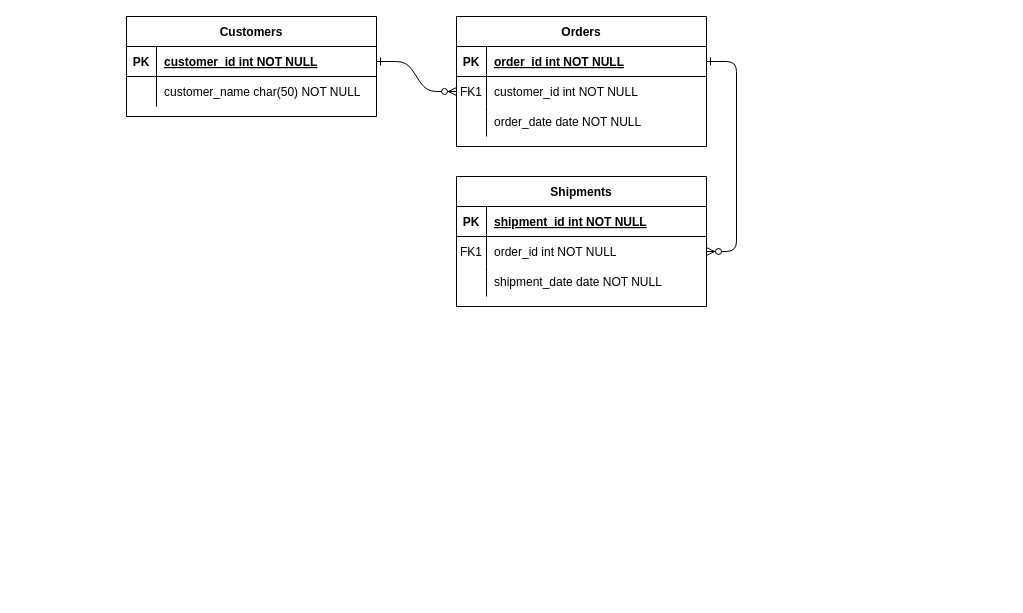
Above: Entity Framework Radio.drawio in Bongiboy777/EF-Radio-Project (draw.io), before the change. Source tidied: cells renumbered, new cells numbered last; positions are measured from the earlier drawing's top-left corner, leaving out a move shared by most shapes. Both pictures are drawn from the tidied source at 100%, with x=0, y=0 at pixel (126, 16).
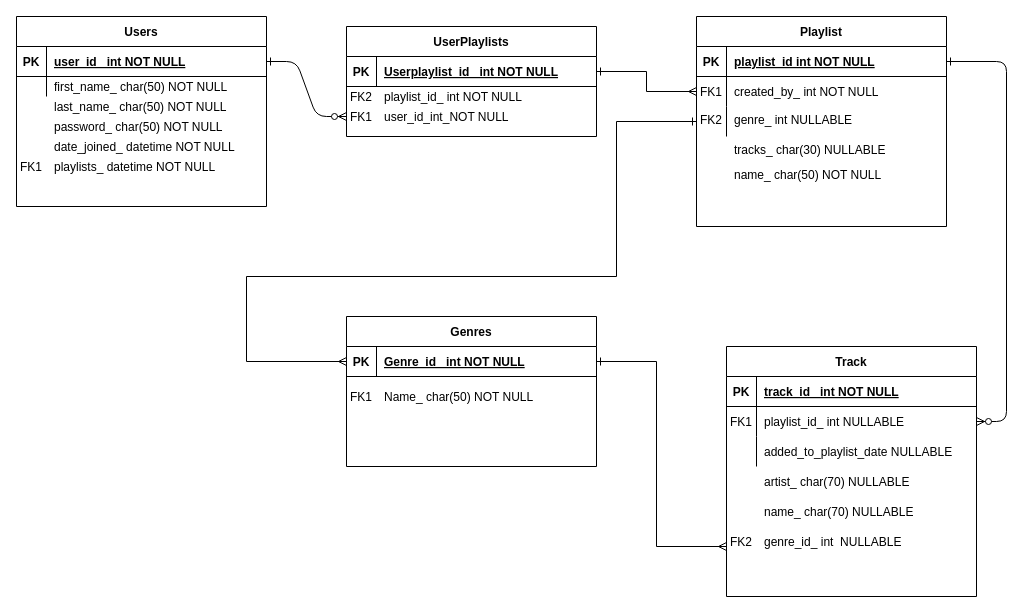
The same diagram, later.

The change refers to these unchanged cells:
```xml
<mxCell id="5" style="shape=partialRectangle;fillColor=none;points=[[0,0.5],[1,0.5]];portConstraint=eastwest;top=0;left=0;right=0;bottom=1;" parent="4" vertex="1">
  <mxGeometry y="30" width="250" height="30" as="geometry" />
</mxCell>
<mxCell id="8" style="shape=partialRectangle;fillColor=none;points=[[0,0.5],[1,0.5]];portConstraint=eastwest;top=0;left=0;right=0;bottom=0;" parent="4" vertex="1">
  <mxGeometry y="60" width="250" height="30" as="geometry" />
</mxCell>
<mxCell id="11" style="shape=partialRectangle;fillColor=none;top=0;left=0;right=0;bottom=0;" parent="4" vertex="1">
  <mxGeometry y="90" width="250" height="30" as="geometry" />
</mxCell>
<mxCell id="15" style="shape=partialRectangle;fillColor=none;top=0;left=0;right=0;bottom=1;" parent="14" vertex="1">
  <mxGeometry y="30" width="250" height="30" as="geometry" />
</mxCell>
<mxCell id="18" style="shape=partialRectangle;fillColor=none;points=[[0,0.5],[1,0.5]];portConstraint=eastwest;top=0;left=0;right=0;bottom=0;" parent="14" vertex="1">
  <mxGeometry y="60" width="250" height="30" as="geometry" />
</mxCell>
<mxCell id="21" style="shape=partialRectangle;fillColor=none;top=0;left=0;right=0;bottom=0;" parent="14" vertex="1">
  <mxGeometry y="90" width="250" height="30" as="geometry" />
</mxCell>
<mxCell id="25" style="shape=partialRectangle;fillColor=none;points=[[0,0.5],[1,0.5]];portConstraint=eastwest;top=0;left=0;right=0;bottom=1;" parent="24" vertex="1">
  <mxGeometry y="30" width="250" height="30" as="geometry" />
</mxCell>
```

Diff of the diagram source:
```diff
@@
-    <mxCell id="2" style="edgeStyle=entityRelationEdgeStyle;endArrow=ERzeroToMany;startArrow=ERone;endFill=1;startFill=0;" parent="1" edge="1" source="25" target="8">
+    <mxCell id="2" style="edgeStyle=entityRelationEdgeStyle;endArrow=ERzeroToMany;startArrow=ERone;endFill=1;startFill=0;entryX=0;entryY=0.5;entryDx=0;entryDy=0;" parent="1" edge="1" source="25" target="56">
       <mxGeometry relative="1" as="geometry" />
     </mxCell>
@@
+    <mxCell id="31" style="edgeStyle=orthogonalEdgeStyle;rounded=0;jettySize=auto;html=1;startArrow=ERone;startFill=0;endArrow=ERmany;endFill=0;entryX=0;entryY=0.5;entryDx=0;entryDy=0;" parent="1" edge="1" source="4" target="62">
+      <mxGeometry relative="1" as="geometry">
+        <Array as="points">
+          <mxPoint x="490" y="105" />
+          <mxPoint x="490" y="260" />
+          <mxPoint x="120" y="260" />
+          <mxPoint x="120" y="345" />
+        </Array>
+      </mxGeometry>
+    </mxCell>
-    <mxCell id="4" value="Orders" style="shape=table;startSize=30;childLayout=tableLayout;rowLines=0;fontStyle=1;align=center;" parent="1" vertex="1">
-      <mxGeometry x="330" width="250" height="130" as="geometry" />
+    <mxCell id="4" value="Playlist" style="shape=table;startSize=30;childLayout=tableLayout;rowLines=0;fontStyle=1;align=center;" parent="1" vertex="1">
+      <mxGeometry x="570" width="250" height="210" as="geometry" />
     </mxCell>
@@
-    <mxCell id="7" value="order_id int NOT NULL " style="shape=partialRectangle;overflow=hidden;fillColor=none;top=0;left=0;bottom=0;right=0;align=left;spacingLeft=6;fontStyle=5;" parent="5" vertex="1">
+    <mxCell id="7" value="playlist_id int NOT NULL " style="shape=partialRectangle;overflow=hidden;fillColor=none;top=0;left=0;bottom=0;right=0;align=left;spacingLeft=6;fontStyle=5;" parent="5" vertex="1">
       <mxGeometry x="30" width="220" height="30" as="geometry" />
     </mxCell>
@@
-    <mxCell id="10" value="customer_id int NOT NULL" style="shape=partialRectangle;overflow=hidden;fillColor=none;top=0;left=0;bottom=0;right=0;align=left;spacingLeft=6;" parent="8" vertex="1">
+    <mxCell id="10" value="created_by_ int NOT NULL" style="shape=partialRectangle;overflow=hidden;fillColor=none;top=0;left=0;bottom=0;right=0;align=left;spacingLeft=6;" parent="8" vertex="1">
       <mxGeometry x="30" width="220" height="30" as="geometry" />
     </mxCell>
@@
-    <mxCell id="13" value="order_date date NOT NULL" style="shape=partialRectangle;overflow=hidden;fillColor=none;top=0;left=0;bottom=0;right=0;align=left;spacingLeft=6;" parent="11" vertex="1">
+    <mxCell id="13" style="shape=partialRectangle;overflow=hidden;fillColor=none;top=0;left=0;bottom=0;right=0;align=left;spacingLeft=6;" parent="11" vertex="1">
       <mxGeometry x="30" width="220" height="30" as="geometry" />
     </mxCell>
-    <mxCell id="14" value="Shipments" style="shape=table;startSize=30;childLayout=tableLayout;rowLines=0;fontStyle=1;align=center;" parent="1" vertex="1">
-      <mxGeometry x="330" y="160" width="250" height="130" as="geometry" />
+    <mxCell id="14" value="Track" style="shape=table;startSize=30;childLayout=tableLayout;rowLines=0;fontStyle=1;align=center;" parent="1" vertex="1">
+      <mxGeometry x="600" y="330" width="250" height="250" as="geometry" />
     </mxCell>
@@
-    <mxCell id="17" value="shipment_id int NOT NULL " style="shape=partialRectangle;overflow=hidden;fillColor=none;top=0;left=0;bottom=0;right=0;align=left;spacingLeft=6;fontStyle=5;" parent="15" vertex="1">
+    <mxCell id="17" value="track_id_ int NOT NULL " style="shape=partialRectangle;overflow=hidden;fillColor=none;top=0;left=0;bottom=0;right=0;align=left;spacingLeft=6;fontStyle=5;" parent="15" vertex="1">
       <mxGeometry x="30" width="220" height="30" as="geometry" />
     </mxCell>
@@
-    <mxCell id="20" value="order_id int NOT NULL" style="shape=partialRectangle;overflow=hidden;fillColor=none;top=0;left=0;bottom=0;right=0;align=left;spacingLeft=6;" parent="18" vertex="1">
+    <mxCell id="20" value="playlist_id_ int NULLABLE" style="shape=partialRectangle;overflow=hidden;fillColor=none;top=0;left=0;bottom=0;right=0;align=left;spacingLeft=6;" parent="18" vertex="1">
       <mxGeometry x="30" width="220" height="30" as="geometry" />
     </mxCell>
@@
-    <mxCell id="23" value="shipment_date date NOT NULL" style="shape=partialRectangle;overflow=hidden;fillColor=none;top=0;left=0;bottom=0;right=0;align=left;spacingLeft=6;" parent="21" vertex="1">
+    <mxCell id="23" value="added_to_playlist_date NULLABLE" style="shape=partialRectangle;overflow=hidden;fillColor=none;top=0;left=0;bottom=0;right=0;align=left;spacingLeft=6;" parent="21" vertex="1">
       <mxGeometry x="30" width="220" height="30" as="geometry" />
     </mxCell>
-    <mxCell id="24" value="Customers" style="shape=table;startSize=30;childLayout=tableLayout;rowLines=0;fontStyle=1;align=center;" parent="1" vertex="1">
-      <mxGeometry width="250" height="100" as="geometry" />
+    <mxCell id="24" value="Users" style="shape=table;startSize=30;childLayout=tableLayout;rowLines=0;fontStyle=1;align=center;" parent="1" vertex="1">
+      <mxGeometry x="-110" width="250" height="190" as="geometry" />
     </mxCell>
@@
-    <mxCell id="27" value="customer_id int NOT NULL " style="shape=partialRectangle;overflow=hidden;fillColor=none;top=0;left=0;bottom=0;right=0;align=left;spacingLeft=6;fontStyle=5;" parent="25" vertex="1">
+    <mxCell id="27" value="user_id_ int NOT NULL " style="shape=partialRectangle;overflow=hidden;fillColor=none;top=0;left=0;bottom=0;right=0;align=left;spacingLeft=6;fontStyle=5;" parent="25" vertex="1">
       <mxGeometry x="30" width="220" height="30" as="geometry" />
     </mxCell>
     <mxCell id="28" style="shape=partialRectangle;fillColor=none;top=0;left=0;right=0;bottom=0;" parent="24" vertex="1">
-      <mxGeometry y="60" width="250" height="30" as="geometry" />
+      <mxGeometry y="60" width="250" height="20" as="geometry" />
     </mxCell>
     <mxCell id="29" style="shape=partialRectangle;overflow=hidden;fillColor=none;top=0;left=0;bottom=0;right=0;" parent="28" vertex="1">
-      <mxGeometry width="30" height="30" as="geometry" />
+      <mxGeometry width="30" height="20" as="geometry" />
     </mxCell>
-    <mxCell id="30" value="customer_name char(50) NOT NULL" style="shape=partialRectangle;overflow=hidden;fillColor=none;top=0;left=0;bottom=0;right=0;align=left;spacingLeft=6;" parent="28" vertex="1">
-      <mxGeometry x="30" width="220" height="30" as="geometry" />
+    <mxCell id="30" value="first_name_ char(50) NOT NULL" style="shape=partialRectangle;overflow=hidden;fillColor=none;top=0;left=0;bottom=0;right=0;align=left;spacingLeft=6;" parent="28" vertex="1">
+      <mxGeometry x="30" width="220" height="20" as="geometry" />
     </mxCell>
+    <mxCell id="32" style="shape=partialRectangle;fillColor=none;top=0;left=0;right=0;bottom=0;" parent="1" vertex="1">
+      <mxGeometry x="-110" y="80" width="250" height="20" as="geometry" />
+    </mxCell>
+    <mxCell id="33" style="shape=partialRectangle;overflow=hidden;fillColor=none;top=0;left=0;bottom=0;right=0;" parent="32" vertex="1">
+      <mxGeometry width="30" height="20" as="geometry" />
+    </mxCell>
+    <mxCell id="34" value="last_name_ char(50) NOT NULL" style="shape=partialRectangle;overflow=hidden;fillColor=none;top=0;left=0;bottom=0;right=0;align=left;spacingLeft=6;" parent="32" vertex="1">
+      <mxGeometry x="30" width="220" height="20" as="geometry" />
+    </mxCell>
+    <mxCell id="35" style="shape=partialRectangle;fillColor=none;top=0;left=0;right=0;bottom=0;" parent="1" vertex="1">
+      <mxGeometry x="-110" y="100" width="250" height="20" as="geometry" />
+    </mxCell>
+    <mxCell id="36" style="shape=partialRectangle;overflow=hidden;fillColor=none;top=0;left=0;bottom=0;right=0;" parent="35" vertex="1">
+      <mxGeometry width="30" height="20" as="geometry" />
+    </mxCell>
+    <mxCell id="37" value="password_ char(50) NOT NULL" style="shape=partialRectangle;overflow=hidden;fillColor=none;top=0;left=0;bottom=0;right=0;align=left;spacingLeft=6;" parent="35" vertex="1">
+      <mxGeometry x="30" width="220" height="20" as="geometry" />
+    </mxCell>
+    <mxCell id="38" style="shape=partialRectangle;fillColor=none;top=0;left=0;right=0;bottom=0;" parent="1" vertex="1">
+      <mxGeometry x="-110" y="120" width="250" height="20" as="geometry" />
+    </mxCell>
+    <mxCell id="39" style="shape=partialRectangle;overflow=hidden;fillColor=none;top=0;left=0;bottom=0;right=0;" parent="38" vertex="1">
+      <mxGeometry width="30" height="20" as="geometry" />
+    </mxCell>
+    <mxCell id="40" value="date_joined_ datetime NOT NULL" style="shape=partialRectangle;overflow=hidden;fillColor=none;top=0;left=0;bottom=0;right=0;align=left;spacingLeft=6;" parent="38" vertex="1">
+      <mxGeometry x="30" width="220" height="20" as="geometry" />
+    </mxCell>
+    <mxCell id="41" style="shape=partialRectangle;fillColor=none;top=0;left=0;right=0;bottom=0;" parent="1" vertex="1">
+      <mxGeometry x="-110" y="140" width="250" height="20" as="geometry" />
+    </mxCell>
+    <mxCell id="42" value="FK1" style="shape=partialRectangle;overflow=hidden;fillColor=none;top=0;left=0;bottom=0;right=0;" parent="41" vertex="1">
+      <mxGeometry width="30" height="20" as="geometry" />
+    </mxCell>
+    <mxCell id="43" value="playlists_ datetime NOT NULL" style="shape=partialRectangle;overflow=hidden;fillColor=none;top=0;left=0;bottom=0;right=0;align=left;spacingLeft=6;" parent="41" vertex="1">
+      <mxGeometry x="30" width="220" height="20" as="geometry" />
+    </mxCell>
+    <mxCell id="44" value="genre_ int NULLABLE" style="shape=partialRectangle;overflow=hidden;fillColor=none;top=0;left=0;bottom=0;right=0;align=left;spacingLeft=6;" parent="1" vertex="1">
+      <mxGeometry x="600" y="87.5" width="220" height="30" as="geometry" />
+    </mxCell>
+    <mxCell id="45" value="tracks_ char(30) NULLABLE" style="shape=partialRectangle;overflow=hidden;fillColor=none;top=0;left=0;bottom=0;right=0;align=left;spacingLeft=6;" parent="1" vertex="1">
+      <mxGeometry x="600" y="117.5" width="220" height="30" as="geometry" />
+    </mxCell>
+    <mxCell id="46" value="artist_ char(70) NULLABLE" style="shape=partialRectangle;overflow=hidden;fillColor=none;top=0;left=0;bottom=0;right=0;align=left;spacingLeft=6;" parent="1" vertex="1">
+      <mxGeometry x="630" y="450" width="220" height="30" as="geometry" />
+    </mxCell>
+    <mxCell id="47" value="name_ char(70) NULLABLE" style="shape=partialRectangle;overflow=hidden;fillColor=none;top=0;left=0;bottom=0;right=0;align=left;spacingLeft=6;" parent="1" vertex="1">
+      <mxGeometry x="630" y="480" width="220" height="30" as="geometry" />
+    </mxCell>
+    <mxCell id="48" value="genre_id_ int  NULLABLE" style="shape=partialRectangle;overflow=hidden;fillColor=none;top=0;left=0;bottom=0;right=0;align=left;spacingLeft=6;" parent="1" vertex="1">
+      <mxGeometry x="630" y="510" width="220" height="30" as="geometry" />
+    </mxCell>
+    <mxCell id="49" value="UserPlaylists" style="shape=table;startSize=30;childLayout=tableLayout;rowLines=0;fontStyle=1;align=center;" parent="1" vertex="1">
+      <mxGeometry x="220" y="10" width="250" height="110" as="geometry" />
+    </mxCell>
+    <mxCell id="50" style="shape=partialRectangle;fillColor=none;points=[[0,0.5],[1,0.5]];portConstraint=eastwest;top=0;left=0;right=0;bottom=1;" parent="49" vertex="1">
+      <mxGeometry y="30" width="250" height="30" as="geometry" />
+    </mxCell>
+    <mxCell id="51" value="PK" style="shape=partialRectangle;overflow=hidden;fillColor=none;top=0;left=0;bottom=0;right=0;fontStyle=1;" parent="50" vertex="1">
+      <mxGeometry width="30" height="30" as="geometry" />
+    </mxCell>
+    <mxCell id="52" value="Userplaylist_id_ int NOT NULL " style="shape=partialRectangle;overflow=hidden;fillColor=none;top=0;left=0;bottom=0;right=0;align=left;spacingLeft=6;fontStyle=5;" parent="50" vertex="1">
+      <mxGeometry x="30" width="220" height="30" as="geometry" />
+    </mxCell>
+    <mxCell id="53" style="shape=partialRectangle;fillColor=none;top=0;left=0;right=0;bottom=0;" parent="1" vertex="1">
+      <mxGeometry x="220" y="70" width="250" height="20" as="geometry" />
+    </mxCell>
+    <mxCell id="54" style="shape=partialRectangle;overflow=hidden;fillColor=none;top=0;left=0;bottom=0;right=0;" parent="53" vertex="1">
+      <mxGeometry width="30" height="20" as="geometry" />
+    </mxCell>
+    <mxCell id="55" value="playlist_id_ int NOT NULL" style="shape=partialRectangle;overflow=hidden;fillColor=none;top=0;left=0;bottom=0;right=0;align=left;spacingLeft=6;" parent="53" vertex="1">
+      <mxGeometry x="30" width="220" height="20" as="geometry" />
+    </mxCell>
+    <mxCell id="56" style="shape=partialRectangle;fillColor=none;points=[[0,0.5],[1,0.5]];portConstraint=eastwest;top=0;left=0;right=0;bottom=0;" parent="1" vertex="1">
+      <mxGeometry x="220" y="80" width="250" height="40" as="geometry" />
+    </mxCell>
+    <mxCell id="57" value="FK1" style="shape=partialRectangle;overflow=hidden;fillColor=none;top=0;left=0;bottom=0;right=0;" parent="56" vertex="1">
+      <mxGeometry width="30" height="40" as="geometry" />
+    </mxCell>
+    <mxCell id="58" value="user_id_int_NOT NULL" style="shape=partialRectangle;overflow=hidden;fillColor=none;top=0;left=0;bottom=0;right=0;align=left;spacingLeft=6;" parent="56" vertex="1">
+      <mxGeometry x="30" width="220" height="40" as="geometry" />
+    </mxCell>
+    <mxCell id="59" value="name_ char(50) NOT NULL" style="shape=partialRectangle;overflow=hidden;fillColor=none;top=0;left=0;bottom=0;right=0;align=left;spacingLeft=6;" parent="1" vertex="1">
+      <mxGeometry x="600" y="142.5" width="220" height="30" as="geometry" />
+    </mxCell>
+    <mxCell id="60" value="FK2" style="shape=partialRectangle;overflow=hidden;fillColor=none;top=0;left=0;bottom=0;right=0;" parent="1" vertex="1">
+      <mxGeometry x="220" y="70" width="30" height="20" as="geometry" />
+    </mxCell>
+    <mxCell id="61" value="Genres" style="shape=table;startSize=30;childLayout=tableLayout;rowLines=0;fontStyle=1;align=center;" parent="1" vertex="1">
+      <mxGeometry x="220" y="300" width="250" height="150" as="geometry" />
+    </mxCell>
+    <mxCell id="62" style="shape=partialRectangle;fillColor=none;points=[[0,0.5],[1,0.5]];portConstraint=eastwest;top=0;left=0;right=0;bottom=1;" parent="61" vertex="1">
+      <mxGeometry y="30" width="250" height="30" as="geometry" />
+    </mxCell>
+    <mxCell id="63" value="PK" style="shape=partialRectangle;overflow=hidden;fillColor=none;top=0;left=0;bottom=0;right=0;fontStyle=1;" parent="62" vertex="1">
+      <mxGeometry width="30" height="30" as="geometry" />
+    </mxCell>
+    <mxCell id="64" value="Genre_id_ int NOT NULL " style="shape=partialRectangle;overflow=hidden;fillColor=none;top=0;left=0;bottom=0;right=0;align=left;spacingLeft=6;fontStyle=5;" parent="62" vertex="1">
+      <mxGeometry x="30" width="220" height="30" as="geometry" />
+    </mxCell>
+    <mxCell id="65" style="shape=partialRectangle;fillColor=none;top=0;left=0;right=0;bottom=0;" parent="1" vertex="1">
+      <mxGeometry x="220" y="360" width="250" height="40" as="geometry" />
+    </mxCell>
+    <mxCell id="66" value="FK1" style="shape=partialRectangle;overflow=hidden;fillColor=none;top=0;left=0;bottom=0;right=0;" parent="65" vertex="1">
+      <mxGeometry width="30" height="40" as="geometry" />
+    </mxCell>
+    <mxCell id="67" value="Name_ char(50) NOT NULL" style="shape=partialRectangle;overflow=hidden;fillColor=none;top=0;left=0;bottom=0;right=0;align=left;spacingLeft=6;" parent="65" vertex="1">
+      <mxGeometry x="30" width="220" height="40" as="geometry" />
+    </mxCell>
+    <mxCell id="68" value="FK2" style="shape=partialRectangle;overflow=hidden;fillColor=none;top=0;left=0;bottom=0;right=0;" parent="1" vertex="1">
+      <mxGeometry x="570" y="87.5" width="30" height="30" as="geometry" />
+    </mxCell>
+    <mxCell id="69" style="edgeStyle=orthogonalEdgeStyle;rounded=0;jettySize=auto;html=1;entryX=0;entryY=0.5;entryDx=0;entryDy=0;startArrow=ERone;startFill=0;endArrow=ERmany;endFill=0;" parent="1" edge="1" source="50" target="8">
+      <mxGeometry relative="1" as="geometry" />
+    </mxCell>
+    <mxCell id="70" style="edgeStyle=orthogonalEdgeStyle;rounded=0;jettySize=auto;html=1;startArrow=ERone;startFill=0;endArrow=ERmany;endFill=0;" parent="1" edge="1" source="62">
+      <mxGeometry relative="1" as="geometry">
+        <mxPoint x="600" y="530" as="targetPoint" />
+        <Array as="points">
+          <mxPoint x="530" y="345" />
+          <mxPoint x="530" y="530" />
+        </Array>
+      </mxGeometry>
+    </mxCell>
+    <mxCell id="71" value="FK2" style="shape=partialRectangle;overflow=hidden;fillColor=none;top=0;left=0;bottom=0;right=0;" parent="1" vertex="1">
+      <mxGeometry x="600" y="510" width="30" height="30" as="geometry" />
+    </mxCell>
```
